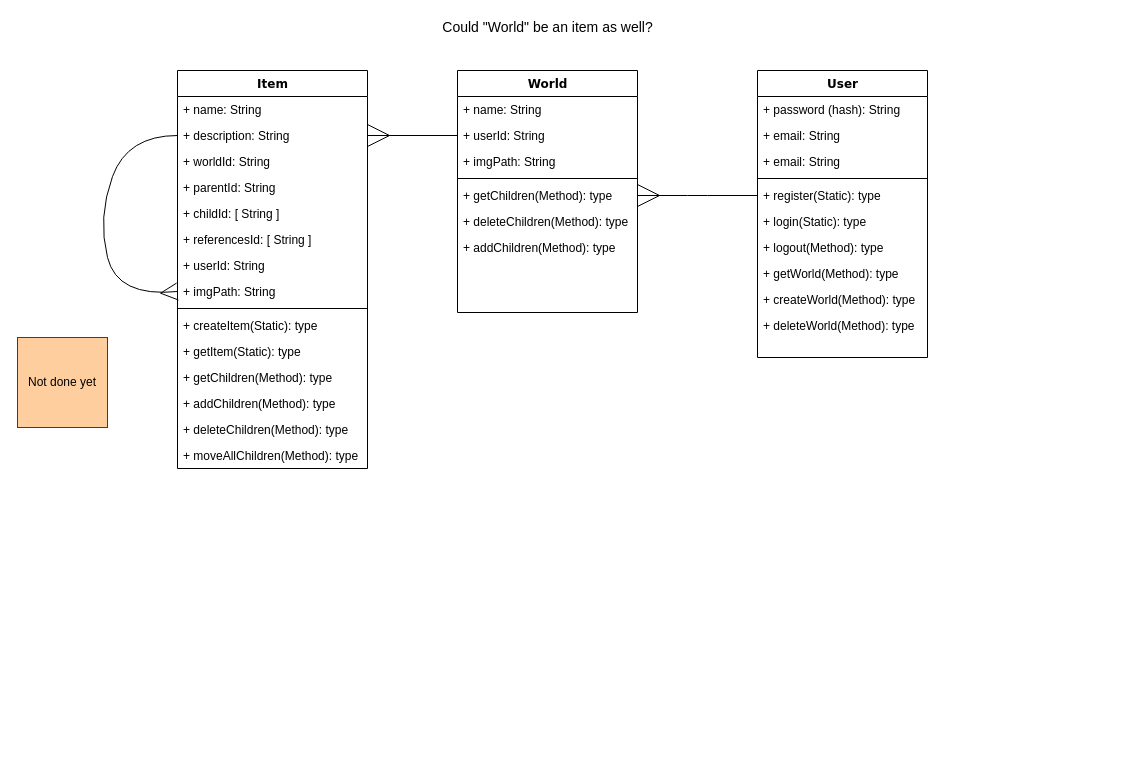
Earlier version of the draw.io diagram expore-db.drawio (Asaroz/Expore). Source tidied: cells renumbered, new cells numbered last; positions are measured from the earlier drawing's top-left corner, leaving out a move shared by most shapes. Both pictures are drawn from the tidied source at 100%, with x=0, y=0 at pixel (17, 17).
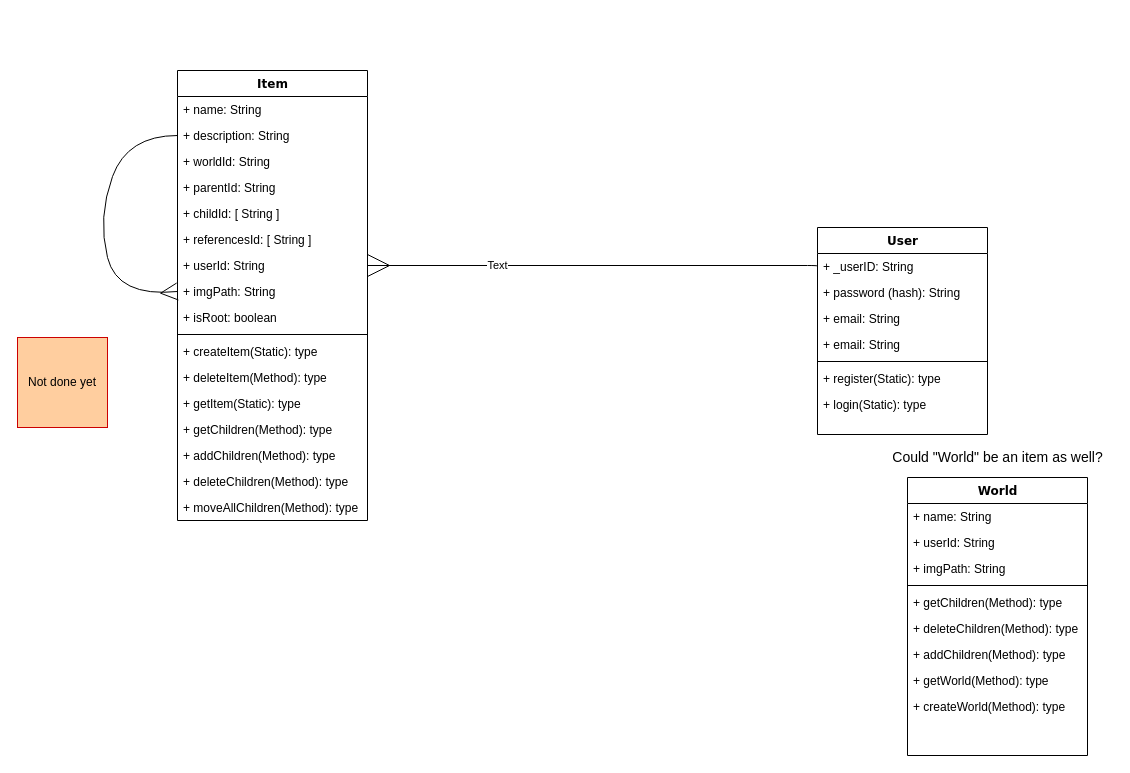
The same diagram, later.

The change refers to these unchanged cells:
```xml
<mxCell id="4" value="+ userId: String" style="text;html=1;strokeColor=none;fillColor=none;align=left;verticalAlign=top;spacingLeft=4;spacingRight=4;whiteSpace=wrap;overflow=hidden;points=[[0,0.5],[1,0.5]];portConstraint=eastwest;" parent="2" vertex="1">
  <mxGeometry y="52" width="180" height="26" as="geometry" />
</mxCell>
<mxCell id="7" value="+ getChildren(Method): type" style="text;html=1;strokeColor=none;fillColor=none;align=left;verticalAlign=top;spacingLeft=4;spacingRight=4;whiteSpace=wrap;overflow=hidden;points=[[0,0.5],[1,0.5]];portConstraint=eastwest;" parent="2" vertex="1">
  <mxGeometry y="112" width="180" height="26" as="geometry" />
</mxCell>
<mxCell id="26" value="+ description: String" style="text;html=1;strokeColor=none;fillColor=none;align=left;verticalAlign=top;spacingLeft=4;spacingRight=4;whiteSpace=wrap;overflow=hidden;points=[[0,0.5],[1,0.5]];portConstraint=eastwest;" parent="24" vertex="1">
  <mxGeometry y="52" width="190" height="26" as="geometry" />
</mxCell>
<mxCell id="31" value="+ userId: String" style="text;html=1;strokeColor=none;fillColor=none;align=left;verticalAlign=top;spacingLeft=4;spacingRight=4;whiteSpace=wrap;overflow=hidden;points=[[0,0.5],[1,0.5]];portConstraint=eastwest;" parent="24" vertex="1">
  <mxGeometry y="182" width="190" height="26" as="geometry" />
</mxCell>
```

The edit, as a diff of the source:
```diff
@@
     <mxCell id="2" value="World" style="swimlane;html=1;fontStyle=1;align=center;verticalAlign=top;horizontal=1;startSize=26;swimlaneFillColor=#ffffff;rounded=0;shadow=0;comic=0;labelBackgroundColor=none;strokeWidth=1;fillColor=none;fontFamily=Verdana;fontSize=12;" parent="1" vertex="1">
-      <mxGeometry x="440" y="53" width="180" height="242" as="geometry" />
+      <mxGeometry x="890" y="460" width="180" height="278" as="geometry" />
     </mxCell>
@@
+    <mxCell id="18" value="+ getWorld(Method): type" style="text;html=1;strokeColor=none;fillColor=none;align=left;verticalAlign=top;spacingLeft=4;spacingRight=4;whiteSpace=wrap;overflow=hidden;" parent="2" vertex="1">
+      <mxGeometry y="190" width="180" height="26" as="geometry" />
+    </mxCell>
+    <mxCell id="19" value="+ createWorld(Method): type" style="text;html=1;strokeColor=none;fillColor=none;align=left;verticalAlign=top;spacingLeft=4;spacingRight=4;whiteSpace=wrap;overflow=hidden;" parent="2" vertex="1">
+      <mxGeometry y="216" width="180" height="26" as="geometry" />
+    </mxCell>
     <mxCell id="10" value="User" style="swimlane;html=1;fontStyle=1;align=center;verticalAlign=top;horizontal=1;startSize=26;swimlaneFillColor=#ffffff;rounded=0;shadow=0;comic=0;labelBackgroundColor=none;strokeWidth=1;fillColor=none;fontFamily=Verdana;fontSize=12;" parent="1" vertex="1">
-      <mxGeometry x="740" y="53" width="170" height="287" as="geometry" />
+      <mxGeometry x="800" y="210" width="170" height="207" as="geometry" />
     </mxCell>
+    <mxCell id="43" value="+ _userID: String" style="text;html=1;strokeColor=none;fillColor=none;align=left;verticalAlign=top;spacingLeft=4;spacingRight=4;whiteSpace=wrap;overflow=hidden;points=[[0,0.5],[1,0.5]];portConstraint=eastwest;" parent="10" vertex="1">
+      <mxGeometry y="26" width="170" height="26" as="geometry" />
+    </mxCell>
     <mxCell id="11" value="+ password (hash): String" style="text;html=1;strokeColor=none;fillColor=none;align=left;verticalAlign=top;spacingLeft=4;spacingRight=4;whiteSpace=wrap;overflow=hidden;" parent="10" vertex="1">
-      <mxGeometry y="26" width="170" height="26" as="geometry" />
+      <mxGeometry y="52" width="170" height="26" as="geometry" />
     </mxCell>
     <mxCell id="12" value="+ email: String" style="text;html=1;strokeColor=none;fillColor=none;align=left;verticalAlign=top;spacingLeft=4;spacingRight=4;whiteSpace=wrap;overflow=hidden;" parent="10" vertex="1">
-      <mxGeometry y="52" width="170" height="26" as="geometry" />
+      <mxGeometry y="78" width="170" height="26" as="geometry" />
     </mxCell>
     <mxCell id="13" value="+ email: String" style="text;html=1;strokeColor=none;fillColor=none;align=left;verticalAlign=top;spacingLeft=4;spacingRight=4;whiteSpace=wrap;overflow=hidden;" parent="10" vertex="1">
-      <mxGeometry y="78" width="170" height="26" as="geometry" />
+      <mxGeometry y="104" width="170" height="26" as="geometry" />
     </mxCell>
     <mxCell id="14" style="line;html=1;strokeWidth=1;fillColor=none;align=left;verticalAlign=middle;spacingTop=-1;spacingLeft=3;spacingRight=3;labelPosition=right;" parent="10" vertex="1">
-      <mxGeometry y="104" width="170" height="8" as="geometry" />
+      <mxGeometry y="130" width="170" height="8" as="geometry" />
     </mxCell>
     <mxCell id="15" value="+ register(Static): type" style="text;html=1;strokeColor=none;fillColor=none;align=left;verticalAlign=top;spacingLeft=4;spacingRight=4;whiteSpace=wrap;overflow=hidden;points=[[0,0.5],[1,0.5]];portConstraint=eastwest;" parent="10" vertex="1">
-      <mxGeometry y="112" width="170" height="26" as="geometry" />
+      <mxGeometry y="138" width="170" height="26" as="geometry" />
     </mxCell>
     <mxCell id="16" value="+ login(Static): type" style="text;html=1;strokeColor=none;fillColor=none;align=left;verticalAlign=top;spacingLeft=4;spacingRight=4;whiteSpace=wrap;overflow=hidden;" parent="10" vertex="1">
-      <mxGeometry y="138" width="170" height="26" as="geometry" />
+      <mxGeometry y="164" width="170" height="26" as="geometry" />
     </mxCell>
-    <mxCell id="17" value="+ logout(Method): type" style="text;html=1;strokeColor=none;fillColor=none;align=left;verticalAlign=top;spacingLeft=4;spacingRight=4;whiteSpace=wrap;overflow=hidden;" parent="10" vertex="1">
-      <mxGeometry y="164" width="170" height="26" as="geometry" />
-    </mxCell>
-    <mxCell id="18" value="+ getWorld(Method): type" style="text;html=1;strokeColor=none;fillColor=none;align=left;verticalAlign=top;spacingLeft=4;spacingRight=4;whiteSpace=wrap;overflow=hidden;" parent="10" vertex="1">
-      <mxGeometry y="190" width="170" height="26" as="geometry" />
-    </mxCell>
-    <mxCell id="19" value="+ createWorld(Method): type" style="text;html=1;strokeColor=none;fillColor=none;align=left;verticalAlign=top;spacingLeft=4;spacingRight=4;whiteSpace=wrap;overflow=hidden;" parent="10" vertex="1">
-      <mxGeometry y="216" width="170" height="26" as="geometry" />
-    </mxCell>
-    <mxCell id="20" value="+ deleteWorld(Method): type" style="text;html=1;strokeColor=none;fillColor=none;align=left;verticalAlign=top;spacingLeft=4;spacingRight=4;whiteSpace=wrap;overflow=hidden;" parent="10" vertex="1">
-      <mxGeometry y="242" width="170" height="26" as="geometry" />
-    </mxCell>
@@
-    <mxCell id="22" style="edgeStyle=elbowEdgeStyle;html=1;labelBackgroundColor=none;startFill=0;startSize=20;endArrow=ERmany;endFill=0;endSize=20;fontFamily=Verdana;fontSize=12;elbow=vertical;startArrow=none;exitX=0;exitY=0.5;exitDx=0;exitDy=0;entryX=1;entryY=0.5;entryDx=0;entryDy=0;" parent="1" edge="1" source="15" target="7">
-      <mxGeometry relative="1" as="geometry" />
+    <mxCell id="22" style="edgeStyle=elbowEdgeStyle;html=1;labelBackgroundColor=none;startFill=0;startSize=20;endArrow=ERmany;endFill=0;endSize=20;fontFamily=Verdana;fontSize=12;elbow=vertical;startArrow=none;exitX=0;exitY=0.5;exitDx=0;exitDy=0;entryX=1;entryY=0.5;entryDx=0;entryDy=0;" parent="1" edge="1" source="43" target="31">
+      <mxGeometry relative="1" as="geometry">
+        <Array as="points">
+          <mxPoint x="550" y="248" />
+          <mxPoint x="410" y="290" />
+        </Array>
+      </mxGeometry>
     </mxCell>
+    <mxCell id="44" value="Text" style="edgeLabel;html=1;align=center;verticalAlign=middle;" parent="22" vertex="1">
+      <mxGeometry x="0.43" y="-1" relative="1" as="geometry" />
+    </mxCell>
@@
     <mxCell id="24" value="Item" style="swimlane;html=1;fontStyle=1;align=center;verticalAlign=top;horizontal=1;startSize=26;swimlaneFillColor=#ffffff;rounded=0;shadow=0;comic=0;labelBackgroundColor=none;strokeWidth=1;fillColor=none;fontFamily=Verdana;fontSize=12;" parent="1" vertex="1">
-      <mxGeometry x="160" y="53" width="190" height="398" as="geometry" />
+      <mxGeometry x="160" y="53" width="190" height="450" as="geometry" />
     </mxCell>
@@
+    <mxCell id="45" value="+ isRoot: boolean" style="text;html=1;strokeColor=none;fillColor=none;align=left;verticalAlign=top;spacingLeft=4;spacingRight=4;whiteSpace=wrap;overflow=hidden;" parent="24" vertex="1">
+      <mxGeometry y="234" width="190" height="26" as="geometry" />
+    </mxCell>
     <mxCell id="33" style="line;html=1;strokeWidth=1;fillColor=none;align=left;verticalAlign=middle;spacingTop=-1;spacingLeft=3;spacingRight=3;labelPosition=right;" parent="24" vertex="1">
-      <mxGeometry y="234" width="190" height="8" as="geometry" />
+      <mxGeometry y="260" width="190" height="8" as="geometry" />
     </mxCell>
     <mxCell id="34" value="+ createItem(Static): type" style="text;html=1;strokeColor=none;fillColor=none;align=left;verticalAlign=top;spacingLeft=4;spacingRight=4;whiteSpace=wrap;overflow=hidden;" parent="24" vertex="1">
-      <mxGeometry y="242" width="190" height="26" as="geometry" />
+      <mxGeometry y="268" width="190" height="26" as="geometry" />
     </mxCell>
+    <mxCell id="20" value="+ deleteItem(Method): type" style="text;html=1;strokeColor=none;fillColor=none;align=left;verticalAlign=top;spacingLeft=4;spacingRight=4;whiteSpace=wrap;overflow=hidden;" parent="24" vertex="1">
+      <mxGeometry y="294" width="190" height="26" as="geometry" />
+    </mxCell>
     <mxCell id="35" value="+ getItem(Static): type" style="text;html=1;strokeColor=none;fillColor=none;align=left;verticalAlign=top;spacingLeft=4;spacingRight=4;whiteSpace=wrap;overflow=hidden;" parent="24" vertex="1">
-      <mxGeometry y="268" width="190" height="26" as="geometry" />
+      <mxGeometry y="320" width="190" height="26" as="geometry" />
     </mxCell>
     <mxCell id="36" value="+ getChildren(Method): type" style="text;html=1;strokeColor=none;fillColor=none;align=left;verticalAlign=top;spacingLeft=4;spacingRight=4;whiteSpace=wrap;overflow=hidden;" parent="24" vertex="1">
-      <mxGeometry y="294" width="190" height="26" as="geometry" />
+      <mxGeometry y="346" width="190" height="26" as="geometry" />
     </mxCell>
@@
     <mxCell id="38" value="+ addChildren(Method): type" style="text;html=1;strokeColor=none;fillColor=none;align=left;verticalAlign=top;spacingLeft=4;spacingRight=4;whiteSpace=wrap;overflow=hidden;" parent="24" vertex="1">
-      <mxGeometry y="320" width="190" height="26" as="geometry" />
+      <mxGeometry y="372" width="190" height="26" as="geometry" />
     </mxCell>
     <mxCell id="39" value="+ deleteChildren(Method): type" style="text;html=1;strokeColor=none;fillColor=none;align=left;verticalAlign=top;spacingLeft=4;spacingRight=4;whiteSpace=wrap;overflow=hidden;" parent="24" vertex="1">
-      <mxGeometry y="346" width="190" height="26" as="geometry" />
+      <mxGeometry y="398" width="190" height="26" as="geometry" />
     </mxCell>
     <mxCell id="40" value="+ moveAllChildren(Method): type" style="text;html=1;strokeColor=none;fillColor=none;align=left;verticalAlign=top;spacingLeft=4;spacingRight=4;whiteSpace=wrap;overflow=hidden;" parent="24" vertex="1">
-      <mxGeometry y="372" width="190" height="26" as="geometry" />
+      <mxGeometry y="424" width="190" height="26" as="geometry" />
     </mxCell>
-    <mxCell id="41" style="edgeStyle=elbowEdgeStyle;html=1;labelBackgroundColor=none;startFill=0;startSize=20;endArrow=ERmany;endFill=0;endSize=20;fontFamily=Verdana;fontSize=12;elbow=vertical;startArrow=none;exitX=0;exitY=0.5;exitDx=0;exitDy=0;entryX=1;entryY=0.5;entryDx=0;entryDy=0;" parent="1" edge="1" source="4" target="26">
-      <mxGeometry relative="1" as="geometry">
-        <Array as="points">
-          <mxPoint x="370" y="118" />
-        </Array>
-      </mxGeometry>
-    </mxCell>
     <mxCell id="42" value="Could &quot;World&quot; be an item as well?" style="text;html=1;align=center;verticalAlign=middle;strokeColor=none;fillColor=none;fontSize=14;" parent="1" vertex="1">
-      <mxGeometry x="415" width="230" height="20" as="geometry" />
+      <mxGeometry x="865" y="430" width="230" height="20" as="geometry" />
     </mxCell>
```
